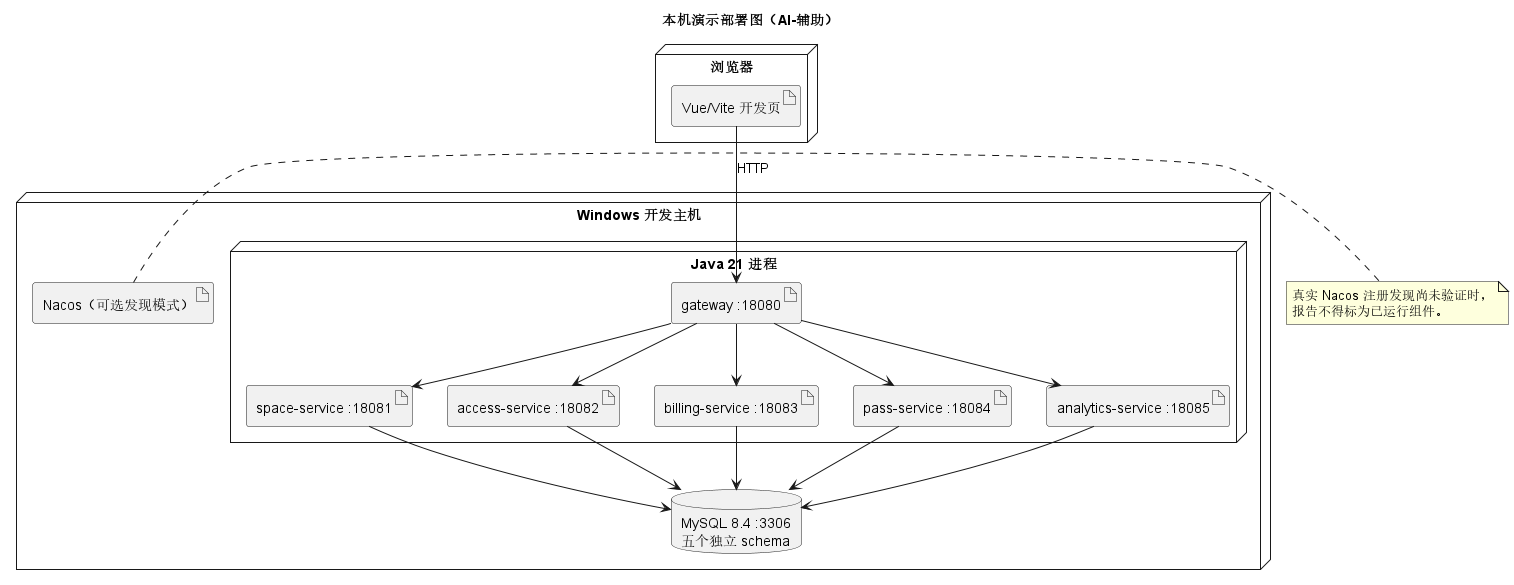
Gindama713/UMLWORK keeps this PlantUML diagram as models/rendered/13-deployment.png. Above is the earlier version.
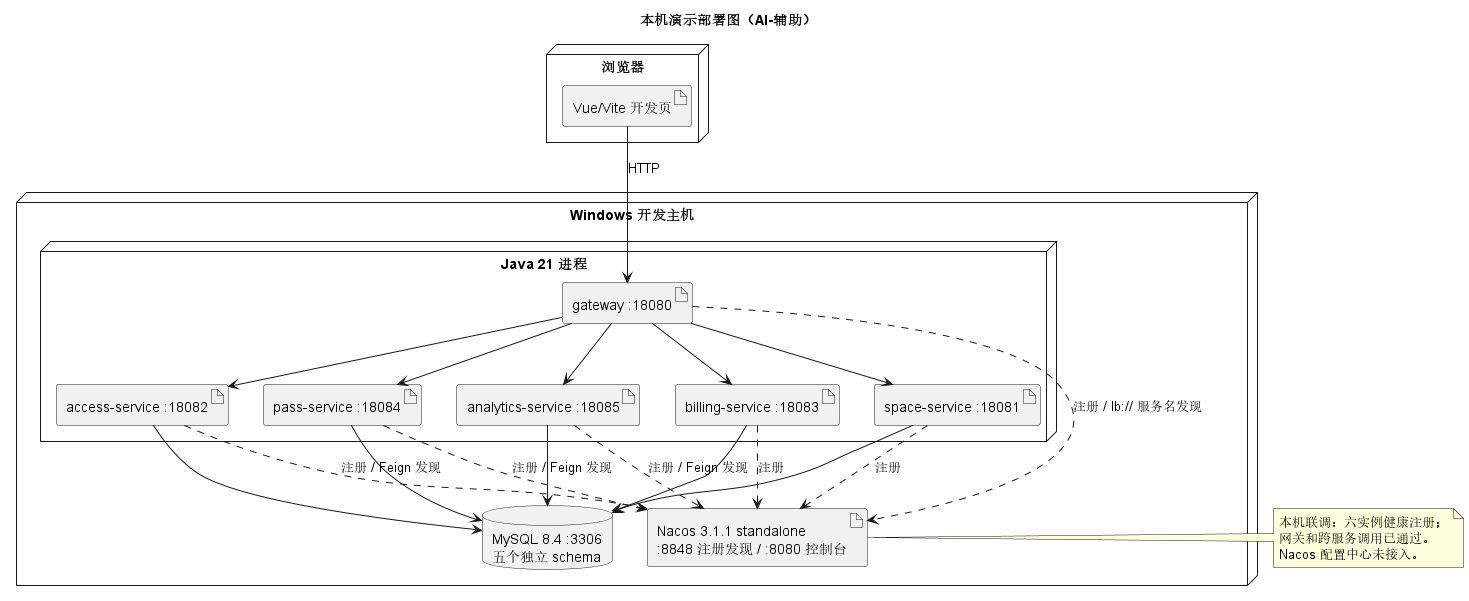
Later version of the same file.

What changed in the source:
```diff
@@ -13,7 +13,7 @@
     artifact "analytics-service :18085" as analytics
   }
   database "MySQL 8.4 :3306\n五个独立 schema" as mysql
-  artifact "Nacos（可选发现模式）" as nacos
+  artifact "Nacos 3.1.1 standalone\n:8848 注册发现 / :8080 控制台" as nacos
 }
 ui --> gateway : HTTP
 gateway --> space
@@ -21,13 +21,20 @@
 gateway --> billing
 gateway --> pass
 gateway --> analytics
+gateway ..> nacos : 注册 / lb:// 服务名发现
+space ..> nacos : 注册
+access ..> nacos : 注册 / Feign 发现
+billing ..> nacos : 注册
+pass ..> nacos : 注册 / Feign 发现
+analytics ..> nacos : 注册 / Feign 发现
 space --> mysql
 access --> mysql
 billing --> mysql
 pass --> mysql
 analytics --> mysql
 note right of nacos
-真实 Nacos 注册发现尚未验证时，
-报告不得标为已运行组件。
+本机联调：六实例健康注册；
+网关和跨服务调用已通过。
+Nacos 配置中心未接入。
 end note
 @enduml
```
